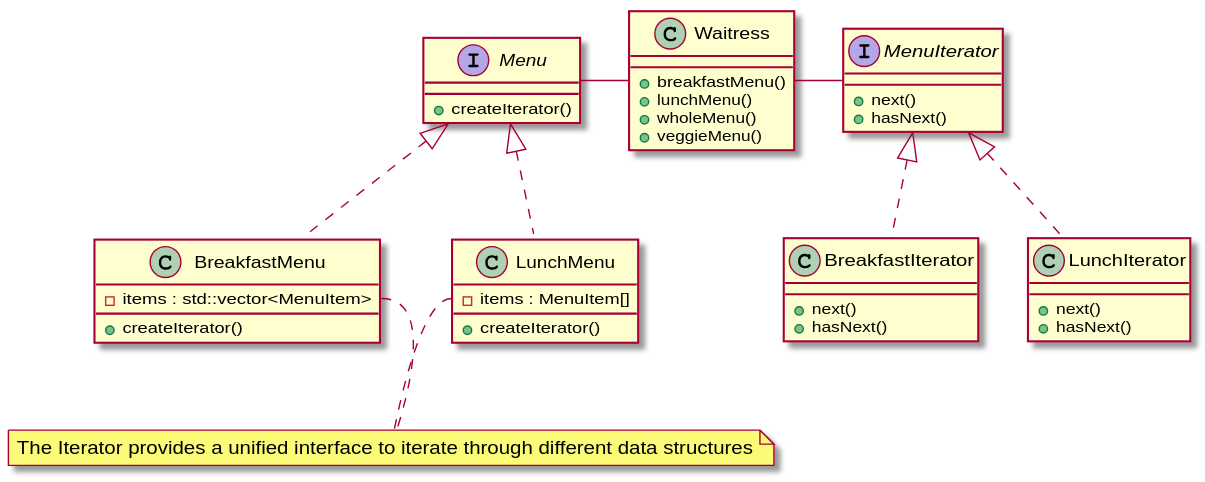
alesgenova/design-patterns keeps this PlantUML diagram as 09_iterator_pattern/uml.svg. Above is the earlier version.
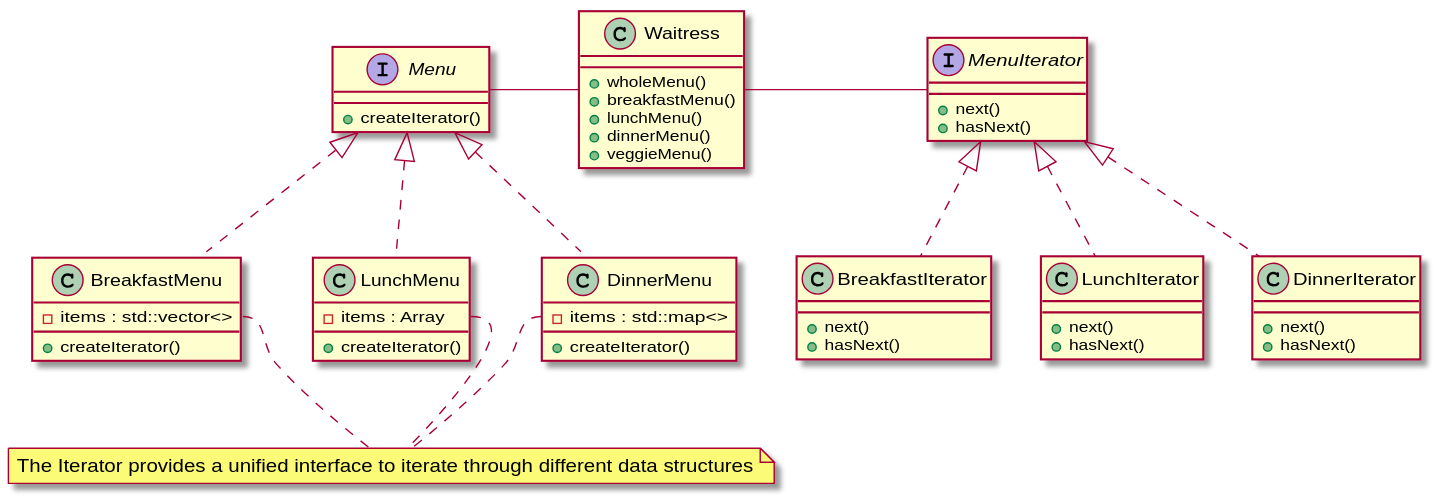
The same diagram one commit later.

What changed in the source:
```diff
@@ -5,12 +5,17 @@
 
 Class BreakfastMenu{
   + createIterator()
-  - items : std::vector<MenuItem>
+  - items : std::vector<>
 }
 
 Class LunchMenu{
   + createIterator()
-  - items : MenuItem[]
+  - items : Array
+}
+
+Class DinnerMenu{
+  + createIterator()
+  - items : std::map<>
 }
 
 
@@ -29,11 +34,17 @@
   + hasNext()
 }
 
+Class DinnerIterator{
+  + next()
+  + hasNext()
+}
+
 
 Class Waitress{
+  + wholeMenu()
   + breakfastMenu()
   + lunchMenu()
-  + wholeMenu()
+  + dinnerMenu()
   + veggieMenu()
 }
 
@@ -44,12 +55,15 @@
 
 Menu <|..  BreakfastMenu
 Menu <|..  LunchMenu
+Menu <|..  DinnerMenu
 
 MenuIterator <|..  BreakfastIterator
 MenuIterator <|..  LunchIterator
+MenuIterator <|..  DinnerIterator
 
 
 note "The Iterator provides a unified interface to iterate through different data structures" as N0
 BreakfastMenu::items .. N0
 LunchMenu::items .. N0
+DinnerMenu::items .. N0
 @enduml
```
